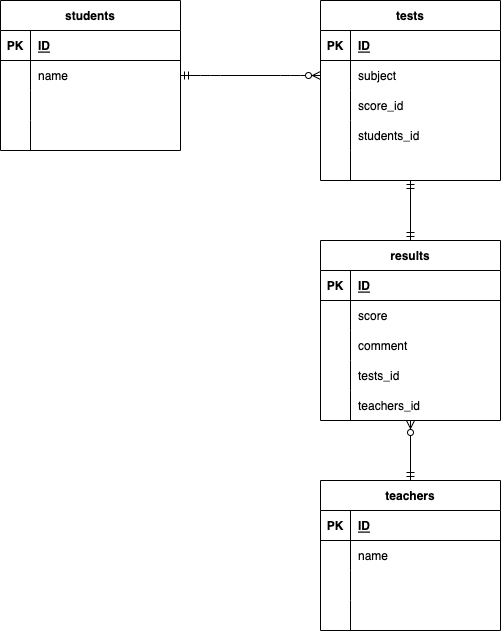
This is exercise.drawio.png from tanakak2206/Database-design-exercise, a draw.io export, as it was before one commit. Source tidied: cells renumbered, new cells last; positions are measured from the earlier drawing's top-left corner, leaving out a move shared by most shapes.
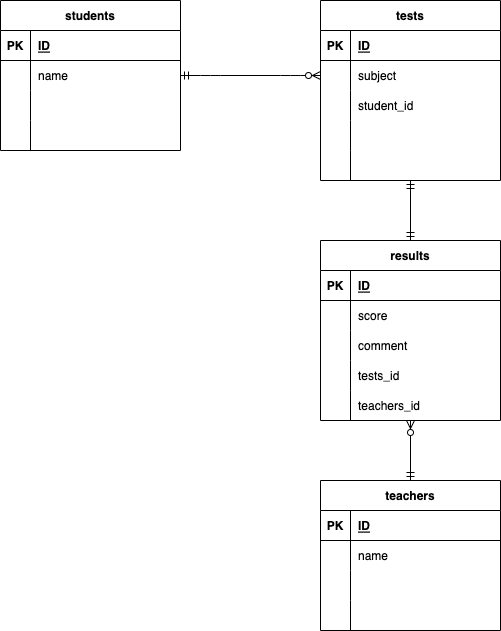
The same file after the commit.

Change to the diagram source:
```diff
@@ -68,7 +68,7 @@
     <mxCell id="23" style="shape=partialRectangle;fillColor=none;top=0;left=0;bottom=0;right=0;overflow=hidden;" parent="22" vertex="1">
       <mxGeometry width="30" height="30" as="geometry" />
     </mxCell>
-    <mxCell id="24" value="score_id" style="shape=partialRectangle;fillColor=none;top=0;left=0;bottom=0;right=0;align=left;spacingLeft=6;overflow=hidden;" parent="22" vertex="1">
+    <mxCell id="24" value="student_id" style="shape=partialRectangle;fillColor=none;top=0;left=0;bottom=0;right=0;align=left;spacingLeft=6;overflow=hidden;" parent="22" vertex="1">
       <mxGeometry x="30" width="150" height="30" as="geometry" />
     </mxCell>
     <mxCell id="25" style="shape=partialRectangle;fillColor=none;top=0;left=0;bottom=0;right=0;" parent="15" vertex="1">
@@ -77,7 +77,7 @@
     <mxCell id="26" style="shape=partialRectangle;fillColor=none;top=0;left=0;bottom=0;right=0;overflow=hidden;" parent="25" vertex="1">
       <mxGeometry width="30" height="30" as="geometry" />
     </mxCell>
-    <mxCell id="27" value="students_id" style="shape=partialRectangle;fillColor=none;top=0;left=0;bottom=0;right=0;align=left;spacingLeft=6;overflow=hidden;" parent="25" vertex="1">
+    <mxCell id="27" style="shape=partialRectangle;fillColor=none;top=0;left=0;bottom=0;right=0;align=left;spacingLeft=6;overflow=hidden;" parent="25" vertex="1">
       <mxGeometry x="30" width="150" height="30" as="geometry" />
     </mxCell>
     <mxCell id="28" style="shape=partialRectangle;fillColor=none;top=0;left=0;bottom=0;right=0;" parent="15" vertex="1">
```
